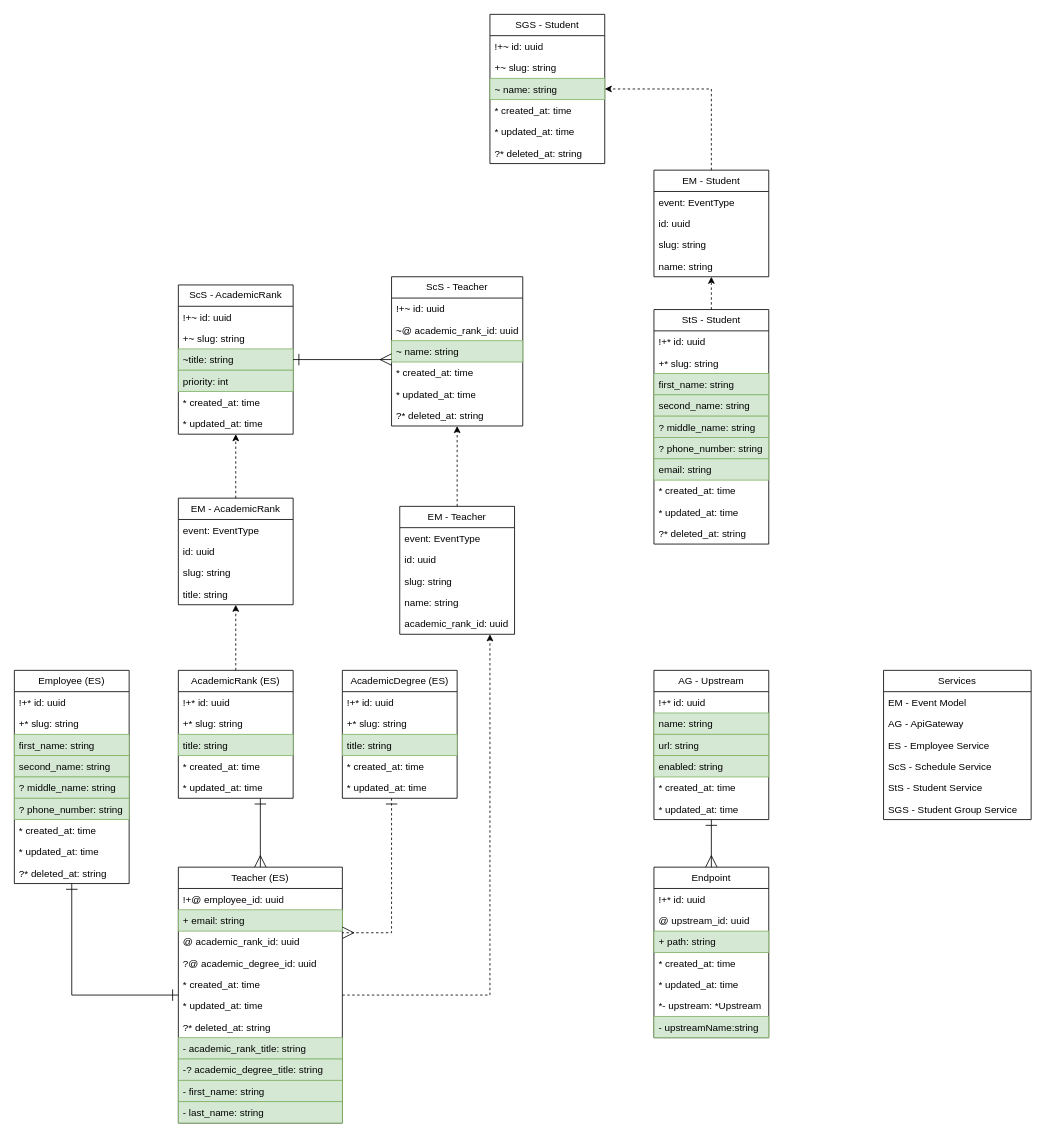
Before: page "General" (2 of 8) of docs/entity_relationship.drawio in IrusHunter/duckademic, a draw.io diagram. Source tidied: cells renumbered, new cells numbered last; positions are measured from the earlier drawing's top-left corner, leaving out a move shared by most shapes. Both pictures are drawn from the tidied source at 82%, with x=0, y=0 at pixel (14, 14).
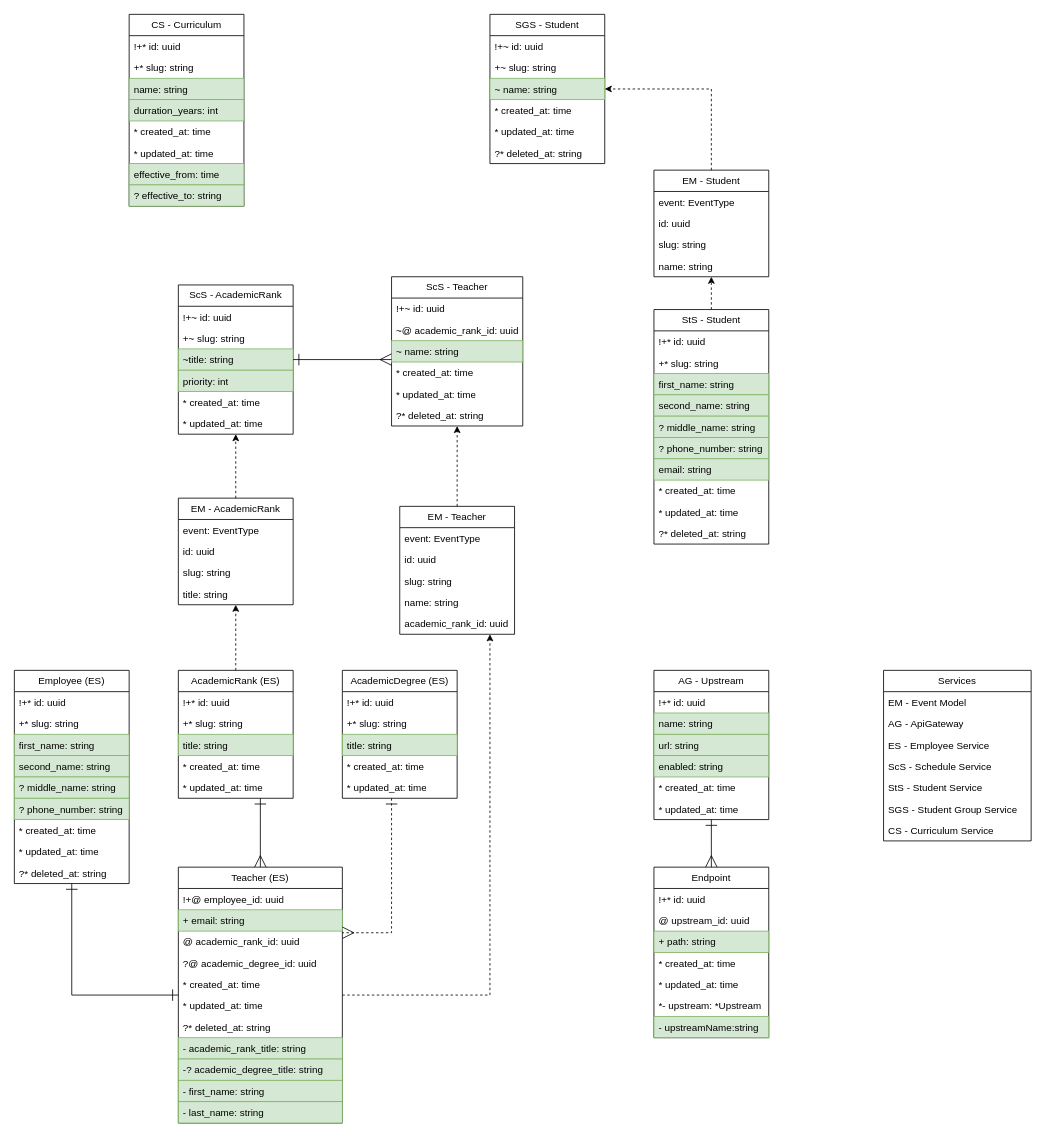
The same diagram, later.

The edit, as a diff of the source:
```diff
@@
     <mxCell id="18" value="Services" style="swimlane;fontStyle=0;horizontal=1;startSize=26;fillColor=none;whiteSpace=wrap;html=1;" parent="1" vertex="1">
-      <mxGeometry x="1060" y="800" width="180" height="182" as="geometry" />
+      <mxGeometry x="1060" y="800" width="180" height="208" as="geometry" />
     </mxCell>
@@
+    <mxCell id="117" value="CS - Curriculum Service" style="text;strokeColor=none;fillColor=none;align=left;verticalAlign=top;spacingLeft=4;spacingRight=4;overflow=hidden;whiteSpace=wrap;html=1;" parent="18" vertex="1">
+      <mxGeometry y="182" width="180" height="26" as="geometry" />
+    </mxCell>
@@
+    <mxCell id="118" value="CS - Curriculum" style="swimlane;fontStyle=0;horizontal=1;startSize=26;fillColor=none;whiteSpace=wrap;html=1;" parent="1" vertex="1">
+      <mxGeometry x="140" width="140" height="234" as="geometry" />
+    </mxCell>
+    <mxCell id="119" value="!+* id: uuid" style="text;strokeColor=none;fillColor=none;align=left;verticalAlign=top;spacingLeft=4;spacingRight=4;overflow=hidden;whiteSpace=wrap;html=1;" parent="118" vertex="1">
+      <mxGeometry y="26" width="140" height="26" as="geometry" />
+    </mxCell>
+    <mxCell id="120" value="+* slug: string" style="text;strokeColor=none;fillColor=none;align=left;verticalAlign=top;spacingLeft=4;spacingRight=4;overflow=hidden;whiteSpace=wrap;html=1;" parent="118" vertex="1">
+      <mxGeometry y="52" width="140" height="26" as="geometry" />
+    </mxCell>
+    <mxCell id="121" value="name: string" style="text;strokeColor=#82b366;fillColor=#d5e8d4;align=left;verticalAlign=top;spacingLeft=4;spacingRight=4;overflow=hidden;whiteSpace=wrap;html=1;" parent="118" vertex="1">
+      <mxGeometry y="78" width="140" height="26" as="geometry" />
+    </mxCell>
+    <mxCell id="122" value="durration_years: int" style="text;strokeColor=#82b366;fillColor=#d5e8d4;align=left;verticalAlign=top;spacingLeft=4;spacingRight=4;overflow=hidden;whiteSpace=wrap;html=1;" parent="118" vertex="1">
+      <mxGeometry y="104" width="140" height="26" as="geometry" />
+    </mxCell>
+    <mxCell id="123" value="* created_at: time" style="text;strokeColor=none;fillColor=none;align=left;verticalAlign=top;spacingLeft=4;spacingRight=4;overflow=hidden;whiteSpace=wrap;html=1;" parent="118" vertex="1">
+      <mxGeometry y="130" width="140" height="26" as="geometry" />
+    </mxCell>
+    <mxCell id="124" value="* updated_at: time" style="text;strokeColor=none;fillColor=none;align=left;verticalAlign=top;spacingLeft=4;spacingRight=4;overflow=hidden;whiteSpace=wrap;html=1;" parent="118" vertex="1">
+      <mxGeometry y="156" width="140" height="26" as="geometry" />
+    </mxCell>
+    <mxCell id="125" value="effective_from: time" style="text;strokeColor=#82b366;fillColor=#d5e8d4;align=left;verticalAlign=top;spacingLeft=4;spacingRight=4;overflow=hidden;whiteSpace=wrap;html=1;" parent="118" vertex="1">
+      <mxGeometry y="182" width="140" height="26" as="geometry" />
+    </mxCell>
+    <mxCell id="126" value="? effective_to: string" style="text;strokeColor=#82b366;fillColor=#d5e8d4;align=left;verticalAlign=top;spacingLeft=4;spacingRight=4;overflow=hidden;whiteSpace=wrap;html=1;" parent="118" vertex="1">
+      <mxGeometry y="208" width="140" height="26" as="geometry" />
+    </mxCell>
```
